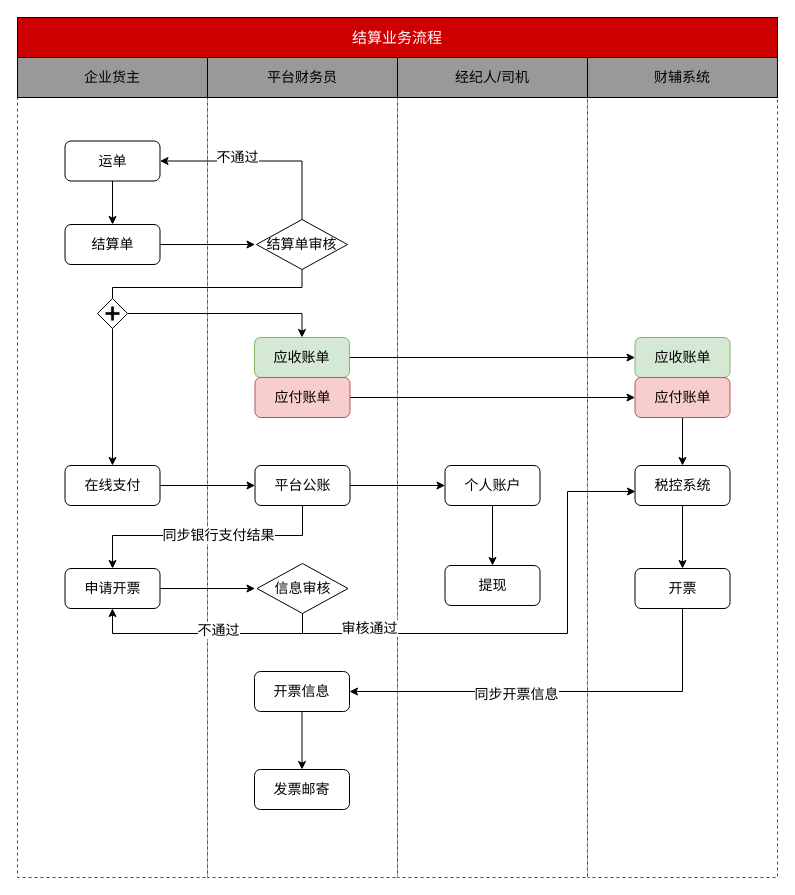
This is 结算财务业务流程图.drawio from chenyibang/rdpwrap, a draw.io file, before an edit. Source tidied: cells renumbered, new cells numbered last; positions are measured from the earlier drawing's top-left corner, leaving out a move shared by most shapes. Both pictures are drawn from the tidied source at 100%, with x=0, y=0 at pixel (17, 17).
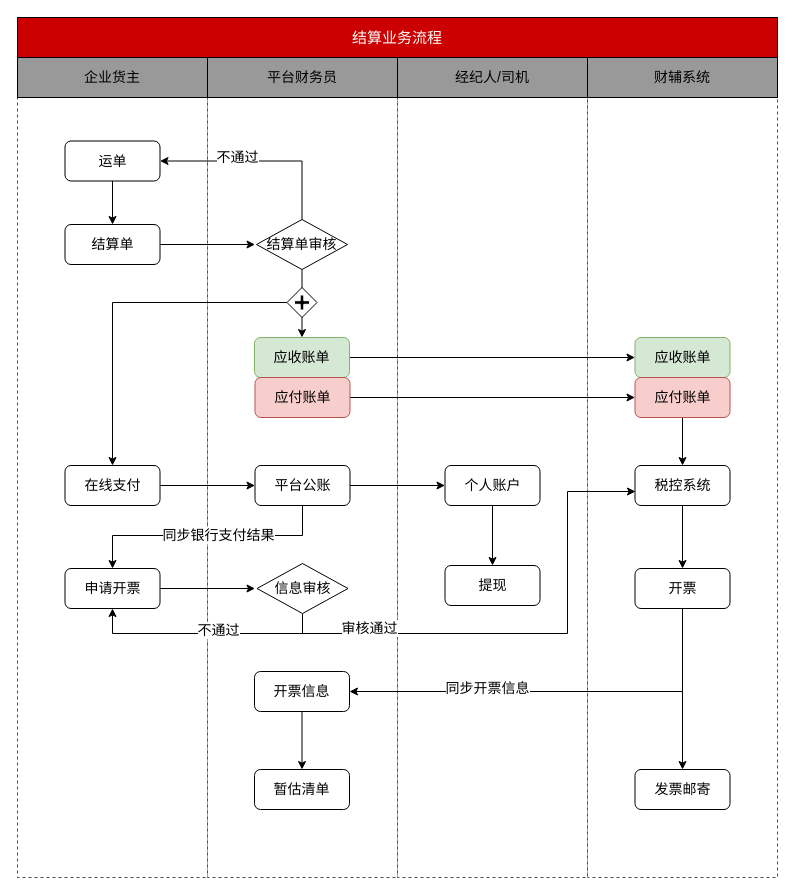
The same page after the edit.

Commit message:
更新结算财务业务流程图.drawio

The change refers to these unchanged cells:
```xml
<mxCell id="15" value="结算单审核" style="rhombus;whiteSpace=wrap;html=1;glass=0;comic=0;fontSize=14;align=center;" parent="1" vertex="1">
  <mxGeometry x="239" y="202" width="91" height="50" as="geometry" />
</mxCell>
<mxCell id="39" value="应收账单" style="rounded=1;whiteSpace=wrap;html=1;fontSize=14;align=center;fillColor=#d5e8d4;strokeColor=#82b366;" parent="1" vertex="1">
  <mxGeometry x="237" y="320" width="95" height="40" as="geometry" />
</mxCell>
<mxCell id="47" style="edgeStyle=orthogonalEdgeStyle;rounded=0;jettySize=auto;html=1;endArrow=classic;endFill=1;entryX=1;entryY=0.5;entryDx=0;entryDy=0;" parent="1" edge="1" source="49" target="35">
  <mxGeometry relative="1" as="geometry">
    <Array as="points">
      <mxPoint x="665" y="674" />
    </Array>
  </mxGeometry>
</mxCell>
<mxCell id="49" value="开票" style="rounded=1;whiteSpace=wrap;html=1;fontSize=14;align=center;" parent="1" vertex="1">
  <mxGeometry x="617.5" y="551" width="95" height="40" as="geometry" />
</mxCell>
```

Change to the diagram source:
```diff
@@
-    <mxCell id="14" style="edgeStyle=orthogonalEdgeStyle;jettySize=auto;html=1;entryX=0.5;entryY=0;entryDx=0;entryDy=0;rounded=0;endArrow=none;endFill=0;" parent="1" edge="1" source="15" target="46">
-      <mxGeometry relative="1" as="geometry">
-        <Array as="points">
-          <mxPoint x="285" y="270" />
-          <mxPoint x="95" y="270" />
-        </Array>
-      </mxGeometry>
-    </mxCell>
+    <mxCell id="53" style="edgeStyle=orthogonalEdgeStyle;rounded=0;jettySize=auto;html=1;endArrow=classic;endFill=1;fontSize=14;" parent="1" edge="1" source="15" target="39">
+      <mxGeometry relative="1" as="geometry" />
+    </mxCell>
@@
-    <mxCell id="36" value="发票邮寄" style="rounded=1;whiteSpace=wrap;html=1;fontSize=14;align=center;" parent="1" vertex="1">
+    <mxCell id="36" value="暂估清单" style="rounded=1;whiteSpace=wrap;html=1;fontSize=14;align=center;" parent="1" vertex="1">
       <mxGeometry x="237" y="752" width="95" height="40" as="geometry" />
     </mxCell>
@@
-    <mxCell id="45" style="edgeStyle=orthogonalEdgeStyle;rounded=0;jettySize=auto;html=1;endArrow=classic;endFill=1;" parent="1" edge="1" source="46" target="39">
-      <mxGeometry relative="1" as="geometry" />
-    </mxCell>
     <mxCell id="46" style="shape=mxgraph.bpmn.shape;html=1;verticalLabelPosition=bottom;labelBackgroundColor=#ffffff;verticalAlign=top;perimeter=rhombusPerimeter;background=gateway;outline=none;symbol=parallelGw;rounded=1;shadow=0;strokeWidth=1;fontFamily=Verdana;fontSize=14;align=center;" parent="1" vertex="1">
-      <mxGeometry x="80" y="281" width="30" height="30" as="geometry" />
+      <mxGeometry x="269.5" y="270" width="30" height="30" as="geometry" />
     </mxCell>
@@
     <mxCell id="48" value="同步开票信息" style="text;html=1;align=center;verticalAlign=middle;labelBackgroundColor=#ffffff;fontSize=14;" parent="47" vertex="1">
-      <mxGeometry x="0.2" y="2" relative="1" as="geometry" />
+      <mxGeometry x="0.2" y="2" relative="1" as="geometry">
+        <mxPoint x="-29" y="-6" as="offset" />
+      </mxGeometry>
     </mxCell>
+    <mxCell id="54" style="edgeStyle=orthogonalEdgeStyle;rounded=0;jettySize=auto;html=1;entryX=0.5;entryY=0;entryDx=0;entryDy=0;endArrow=classic;endFill=1;fontSize=14;" parent="1" edge="1" source="49" target="55">
+      <mxGeometry relative="1" as="geometry" />
+    </mxCell>
@@
+    <mxCell id="55" value="发票邮寄" style="rounded=1;whiteSpace=wrap;html=1;fontSize=14;align=center;" parent="1" vertex="1">
+      <mxGeometry x="617.5" y="752" width="95" height="40" as="geometry" />
+    </mxCell>
```
